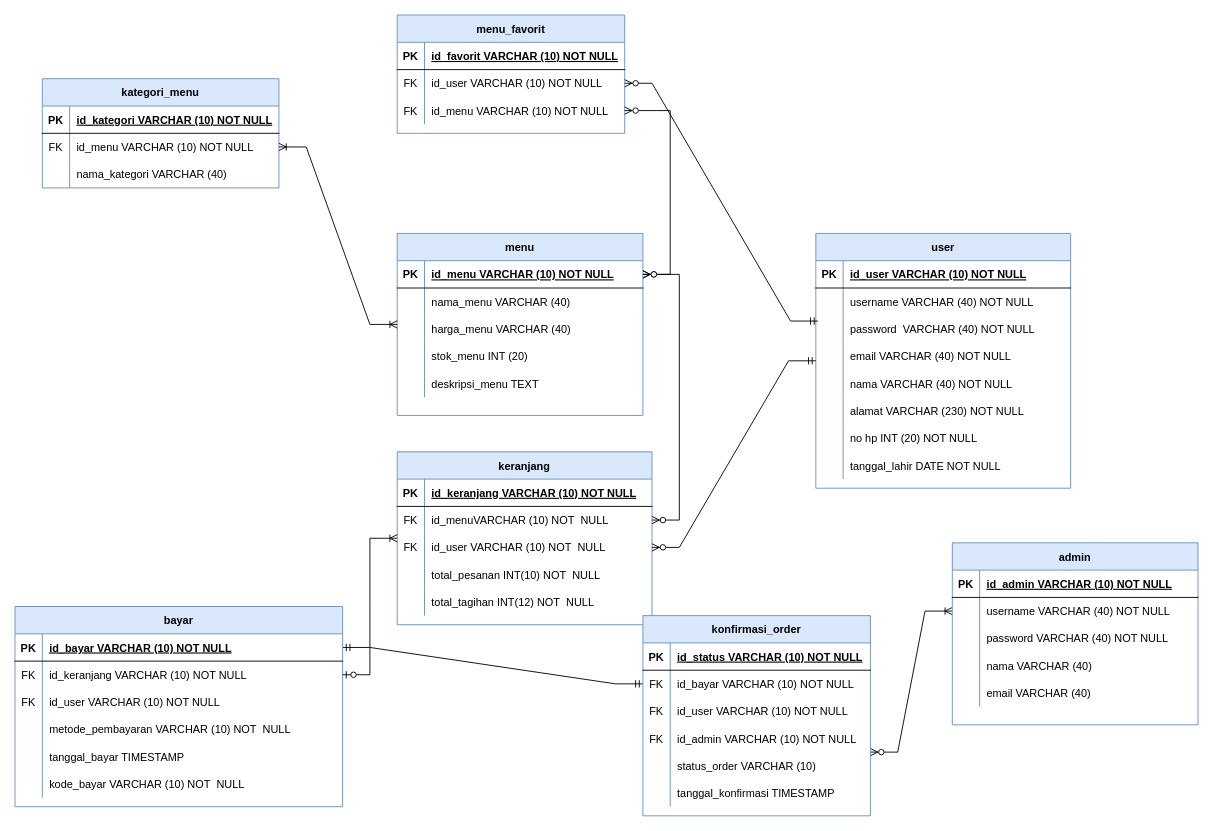
Earlier version of the draw.io diagram pertemuan6/new_diagram_OBurger (1).drawio (romijatmiko/IF214002). Source tidied: cells renumbered, new cells numbered last; positions are measured from the earlier drawing's top-left corner, leaving out a move shared by most shapes. Both pictures are drawn from the tidied source at 91%, with x=0, y=0 at pixel (15, 15).
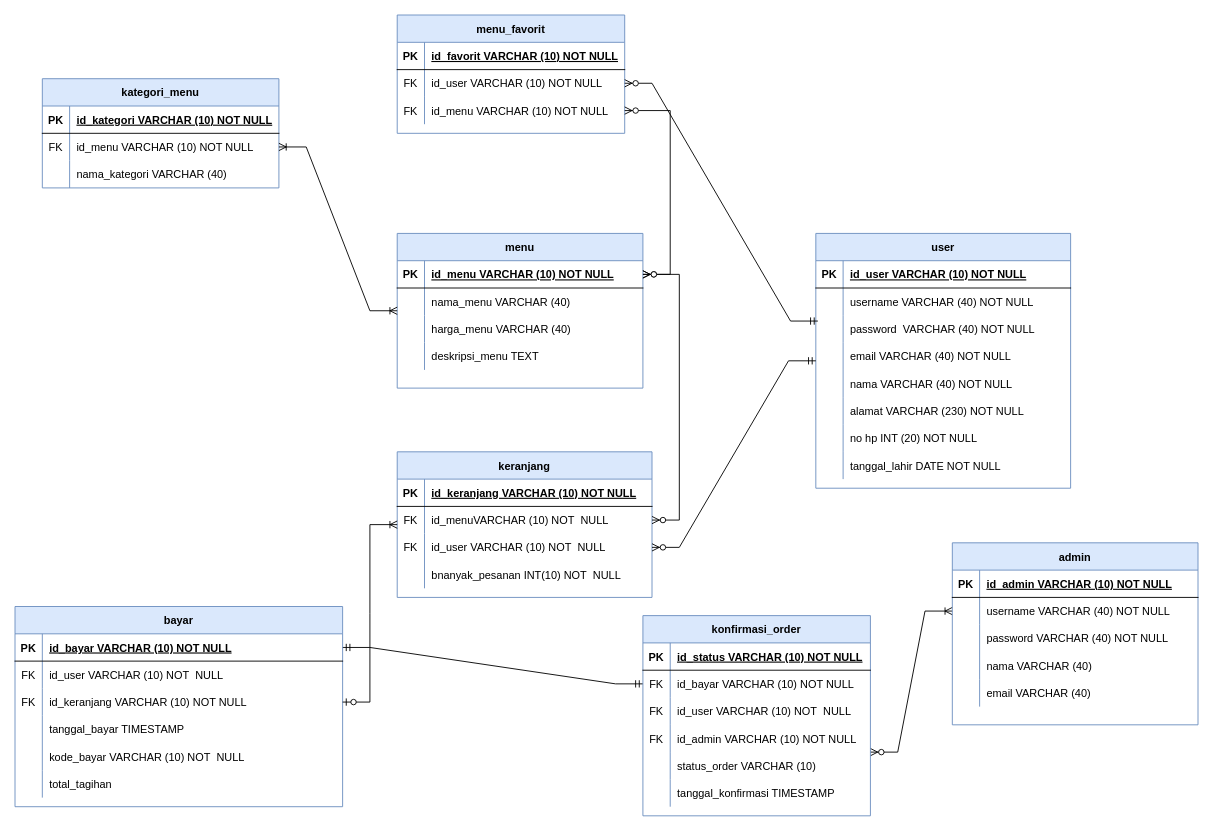
The same diagram, later.

Unchanged cells that the change refers to:
```xml
<mxCell id="75" style="shape=tableRow;horizontal=0;startSize=0;swimlaneHead=0;swimlaneBody=0;fillColor=none;top=0;left=0;right=0;bottom=0;" parent="65" vertex="1">
  <mxGeometry y="120" width="280" height="30" as="geometry" />
</mxCell>
<mxCell id="81" value="bayar" style="shape=table;startSize=30;childLayout=tableLayout;rowLines=0;fontStyle=1;align=center;fillColor=#dae8fc;strokeColor=#6c8ebf;" parent="1" vertex="1">
  <mxGeometry y="650" width="360" height="220" as="geometry" />
</mxCell>
<mxCell id="107" style="shape=tableRow;horizontal=0;startSize=0;swimlaneHead=0;swimlaneBody=0;fillColor=none;top=0;left=0;right=0;bottom=0;" parent="100" vertex="1">
  <mxGeometry y="90" width="250" height="30" as="geometry" />
</mxCell>
```

What changed in the source:
```diff
@@
     <mxCell id="49" value="menu" style="shape=table;startSize=30;childLayout=tableLayout;rowLines=0;fontStyle=1;align=center;fillColor=#dae8fc;strokeColor=#6c8ebf;" parent="1" vertex="1">
-      <mxGeometry x="420" y="240" width="270" height="200" as="geometry" />
+      <mxGeometry x="420" y="240" width="270" height="170" as="geometry" />
     </mxCell>
@@
-    <mxCell id="59" style="shape=tableRow;horizontal=0;startSize=0;swimlaneHead=0;swimlaneBody=0;fillColor=none;top=0;left=0;right=0;bottom=0;" parent="49" vertex="1">
-      <mxGeometry y="120" width="270" height="30" as="geometry" />
-    </mxCell>
-    <mxCell id="60" style="shape=partialRectangle;fillColor=none;top=0;left=0;bottom=0;right=0;overflow=hidden;" parent="59" vertex="1">
-      <mxGeometry width="30" height="30" as="geometry" />
-    </mxCell>
-    <mxCell id="61" value="stok_menu INT (20) " style="shape=partialRectangle;fillColor=none;top=0;left=0;bottom=0;right=0;align=left;spacingLeft=6;overflow=hidden;" parent="59" vertex="1">
-      <mxGeometry x="30" width="240" height="30" as="geometry" />
-    </mxCell>
     <mxCell id="62" style="shape=tableRow;horizontal=0;startSize=0;swimlaneHead=0;swimlaneBody=0;fillColor=none;top=0;left=0;right=0;bottom=0;" parent="49" vertex="1">
-      <mxGeometry y="150" width="270" height="30" as="geometry" />
+      <mxGeometry y="120" width="270" height="30" as="geometry" />
     </mxCell>
@@
     <mxCell id="65" value="keranjang" style="shape=table;startSize=30;childLayout=tableLayout;rowLines=0;fontStyle=1;align=center;fillColor=#dae8fc;strokeColor=#6c8ebf;" parent="1" vertex="1">
-      <mxGeometry x="420" y="480" width="280" height="190" as="geometry" />
+      <mxGeometry x="420" y="480" width="280" height="160" as="geometry" />
     </mxCell>
@@
-    <mxCell id="77" value="total_pesanan INT(10) NOT  NULL" style="shape=partialRectangle;fillColor=none;top=0;left=0;bottom=0;right=0;align=left;spacingLeft=6;overflow=hidden;" parent="75" vertex="1">
+    <mxCell id="77" value="bnanyak_pesanan INT(10) NOT  NULL" style="shape=partialRectangle;fillColor=none;top=0;left=0;bottom=0;right=0;align=left;spacingLeft=6;overflow=hidden;" parent="75" vertex="1">
       <mxGeometry x="30" width="250" height="30" as="geometry" />
     </mxCell>
-    <mxCell id="78" style="shape=tableRow;horizontal=0;startSize=0;swimlaneHead=0;swimlaneBody=0;fillColor=none;top=0;left=0;right=0;bottom=0;" parent="65" vertex="1">
-      <mxGeometry y="150" width="280" height="30" as="geometry" />
-    </mxCell>
-    <mxCell id="79" style="shape=partialRectangle;fillColor=none;top=0;left=0;bottom=0;right=0;overflow=hidden;" parent="78" vertex="1">
-      <mxGeometry width="30" height="30" as="geometry" />
-    </mxCell>
-    <mxCell id="80" value="total_tagihan INT(12) NOT  NULL" style="shape=partialRectangle;fillColor=none;top=0;left=0;bottom=0;right=0;align=left;spacingLeft=6;overflow=hidden;" parent="78" vertex="1">
-      <mxGeometry x="30" width="250" height="30" as="geometry" />
-    </mxCell>
@@
+    <mxCell id="141" style="shape=tableRow;horizontal=0;startSize=0;swimlaneHead=0;swimlaneBody=0;fillColor=none;top=0;left=0;right=0;bottom=0;" parent="81" vertex="1">
+      <mxGeometry y="60" width="360" height="30" as="geometry" />
+    </mxCell>
+    <mxCell id="142" value="FK" style="shape=partialRectangle;fillColor=none;top=0;left=0;bottom=0;right=0;fontStyle=0;overflow=hidden;" parent="141" vertex="1">
+      <mxGeometry width="30" height="30" as="geometry" />
+    </mxCell>
+    <mxCell id="143" value="id_user VARCHAR (10) NOT  NULL" style="shape=partialRectangle;fillColor=none;top=0;left=0;bottom=0;right=0;align=left;spacingLeft=6;fontStyle=0;overflow=hidden;" parent="141" vertex="1">
+      <mxGeometry x="30" width="330" height="30" as="geometry" />
+    </mxCell>
     <mxCell id="85" style="shape=tableRow;horizontal=0;startSize=0;swimlaneHead=0;swimlaneBody=0;fillColor=none;points=[[0,0.5],[1,0.5]];portConstraint=eastwest;top=0;left=0;right=0;bottom=0;" parent="81" vertex="1">
-      <mxGeometry y="60" width="360" height="30" as="geometry" />
+      <mxGeometry y="90" width="360" height="30" as="geometry" />
     </mxCell>
@@
-    <mxCell id="88" style="shape=tableRow;horizontal=0;startSize=0;swimlaneHead=0;swimlaneBody=0;fillColor=none;top=0;left=0;right=0;bottom=0;" parent="81" vertex="1">
-      <mxGeometry y="90" width="360" height="30" as="geometry" />
-    </mxCell>
-    <mxCell id="89" value="FK" style="shape=partialRectangle;fillColor=none;top=0;left=0;bottom=0;right=0;fontStyle=0;overflow=hidden;" parent="88" vertex="1">
-      <mxGeometry width="30" height="30" as="geometry" />
-    </mxCell>
-    <mxCell id="90" value="id_user VARCHAR (10) NOT NULL" style="shape=partialRectangle;fillColor=none;top=0;left=0;bottom=0;right=0;align=left;spacingLeft=6;fontStyle=0;overflow=hidden;" parent="88" vertex="1">
-      <mxGeometry x="30" width="330" height="30" as="geometry" />
-    </mxCell>
-    <mxCell id="91" style="shape=tableRow;horizontal=0;startSize=0;swimlaneHead=0;swimlaneBody=0;fillColor=none;top=0;left=0;right=0;bottom=0;" parent="81" vertex="1">
-      <mxGeometry y="120" width="360" height="30" as="geometry" />
-    </mxCell>
-    <mxCell id="92" style="shape=partialRectangle;fillColor=none;top=0;left=0;bottom=0;right=0;overflow=hidden;" parent="91" vertex="1">
-      <mxGeometry width="30" height="30" as="geometry" />
-    </mxCell>
-    <mxCell id="93" value="metode_pembayaran VARCHAR (10) NOT  NULL" style="shape=partialRectangle;fillColor=none;top=0;left=0;bottom=0;right=0;align=left;spacingLeft=6;overflow=hidden;" parent="91" vertex="1">
-      <mxGeometry x="30" width="330" height="30" as="geometry" />
-    </mxCell>
     <mxCell id="94" style="shape=tableRow;horizontal=0;startSize=0;swimlaneHead=0;swimlaneBody=0;fillColor=none;top=0;left=0;right=0;bottom=0;" parent="81" vertex="1">
-      <mxGeometry y="150" width="360" height="30" as="geometry" />
+      <mxGeometry y="120" width="360" height="30" as="geometry" />
     </mxCell>
@@
     <mxCell id="97" style="shape=tableRow;horizontal=0;startSize=0;swimlaneHead=0;swimlaneBody=0;fillColor=none;top=0;left=0;right=0;bottom=0;" parent="81" vertex="1">
-      <mxGeometry y="180" width="360" height="30" as="geometry" />
+      <mxGeometry y="150" width="360" height="30" as="geometry" />
     </mxCell>
@@
+    <mxCell id="144" style="shape=tableRow;horizontal=0;startSize=0;swimlaneHead=0;swimlaneBody=0;fillColor=none;top=0;left=0;right=0;bottom=0;" parent="81" vertex="1">
+      <mxGeometry y="180" width="360" height="30" as="geometry" />
+    </mxCell>
+    <mxCell id="145" style="shape=partialRectangle;fillColor=none;top=0;left=0;bottom=0;right=0;overflow=hidden;" parent="144" vertex="1">
+      <mxGeometry width="30" height="30" as="geometry" />
+    </mxCell>
+    <mxCell id="146" value="total_tagihan" style="shape=partialRectangle;fillColor=none;top=0;left=0;bottom=0;right=0;align=left;spacingLeft=6;overflow=hidden;" parent="144" vertex="1">
+      <mxGeometry x="30" width="330" height="30" as="geometry" />
+    </mxCell>
@@
-    <mxCell id="108" value="FK" style="shape=partialRectangle;fillColor=none;top=0;left=0;bottom=0;right=0;fontStyle=0;overflow=hidden;" parent="107" vertex="1">
-      <mxGeometry width="30" height="30" as="geometry" />
-    </mxCell>
-    <mxCell id="109" value="id_user VARCHAR (10) NOT NULL" style="shape=partialRectangle;fillColor=none;top=0;left=0;bottom=0;right=0;align=left;spacingLeft=6;fontStyle=0;overflow=hidden;" parent="107" vertex="1">
-      <mxGeometry x="30" width="220" height="30" as="geometry" />
-    </mxCell>
+    <mxCell id="147" value="FK" style="shape=partialRectangle;fillColor=none;top=0;left=0;bottom=0;right=0;fontStyle=0;overflow=hidden;" parent="107" vertex="1">
+      <mxGeometry width="30" height="30" as="geometry" />
+    </mxCell>
+    <mxCell id="148" value="id_user VARCHAR (10) NOT  NULL" style="shape=partialRectangle;fillColor=none;top=0;left=0;bottom=0;right=0;align=left;spacingLeft=6;fontStyle=0;overflow=hidden;" parent="107" vertex="1">
+      <mxGeometry x="30" width="220" height="30" as="geometry" />
+    </mxCell>
@@
+    <mxCell id="149" style="shape=tableRow;horizontal=0;startSize=0;swimlaneHead=0;swimlaneBody=0;fillColor=none;top=0;left=0;right=0;bottom=0;" parent="1" vertex="1">
+      <mxGeometry x="65" y="740" width="280" height="30" as="geometry" />
+    </mxCell>
```
